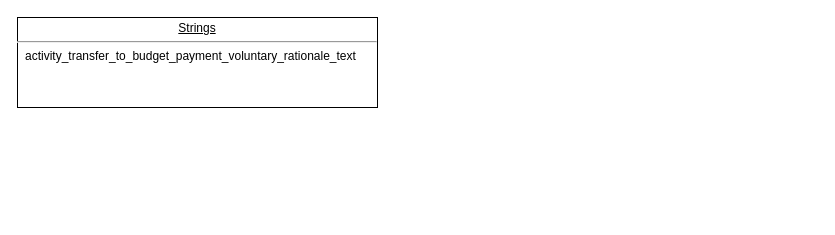
Above: UNI-14153.drawio in ShiryaevNikolay/diagrams (draw.io), before the change. Source tidied: cells renumbered, new cells numbered last; positions are measured from the earlier drawing's top-left corner, leaving out a move shared by most shapes. Both pictures are drawn from the tidied source at 100%, with x=0, y=0 at pixel (17, 17).
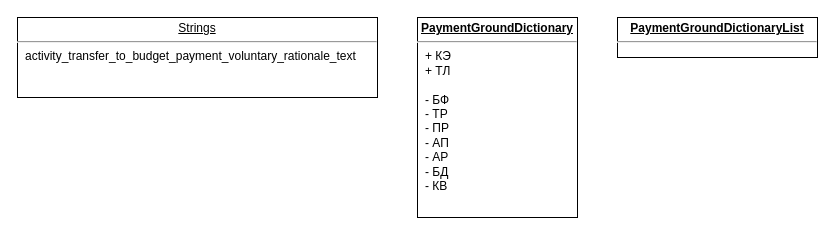
After the change.

Change to the diagram source:
```diff
@@
 <mxGraphModel>
   <root>
     <mxCell id="0" />
     <mxCell id="1" parent="0" />
     <mxCell id="2" value="&lt;p style=&quot;margin: 0px ; margin-top: 4px ; text-align: center ; text-decoration: underline&quot;&gt;Strings&lt;/p&gt;&lt;hr&gt;&lt;p style=&quot;margin: 0px ; margin-left: 8px&quot;&gt;activity_transfer_to_budget_payment_voluntary_rationale_text&lt;/p&gt;" style="verticalAlign=top;align=left;overflow=fill;fontSize=12;fontFamily=Helvetica;html=1;" parent="1" vertex="1">
-      <mxGeometry width="360" height="90" as="geometry" />
+      <mxGeometry width="360" height="80" as="geometry" />
     </mxCell>
+    <mxCell id="3" value="&lt;p style=&quot;margin: 0px ; margin-top: 4px ; text-align: center ; text-decoration: underline&quot;&gt;&lt;b&gt;PaymentGroundDictionary&lt;/b&gt;&lt;/p&gt;&lt;hr&gt;&lt;p style=&quot;margin: 0px ; margin-left: 8px&quot;&gt;+ КЭ&lt;/p&gt;&lt;p style=&quot;margin: 0px ; margin-left: 8px&quot;&gt;+ &lt;span id=&quot;57cd7ed9-ea10-4960-bb55-2dc279f42bae&quot;&gt;ТЛ&lt;/span&gt;&lt;/p&gt;&lt;p style=&quot;margin: 0px ; margin-left: 8px&quot;&gt;&lt;span id=&quot;57cd7ed9-ea10-4960-bb55-2dc279f42bae&quot;&gt;&lt;br&gt;&lt;/span&gt;&lt;/p&gt;&lt;p style=&quot;margin: 0px ; margin-left: 8px&quot;&gt;&lt;span id=&quot;57cd7ed9-ea10-4960-bb55-2dc279f42bae&quot;&gt;- &lt;/span&gt;БФ&lt;/p&gt;&lt;p style=&quot;margin: 0px ; margin-left: 8px&quot;&gt;- ТР&lt;/p&gt;&lt;p style=&quot;margin: 0px ; margin-left: 8px&quot;&gt;- ПР&lt;/p&gt;&lt;p style=&quot;margin: 0px ; margin-left: 8px&quot;&gt;- АП&lt;/p&gt;&lt;p style=&quot;margin: 0px ; margin-left: 8px&quot;&gt;- АР&lt;/p&gt;&lt;p style=&quot;margin: 0px ; margin-left: 8px&quot;&gt;- БД&lt;br&gt;- КВ&lt;span id=&quot;57cd7ed9-ea10-4960-bb55-2dc279f42bae&quot;&gt;&lt;/span&gt;&lt;/p&gt;" style="verticalAlign=top;align=left;overflow=fill;fontSize=12;fontFamily=Helvetica;html=1;" parent="1" vertex="1">
+      <mxGeometry x="400" width="160" height="200" as="geometry" />
+    </mxCell>
+    <mxCell id="4" value="&lt;p style=&quot;margin: 0px ; margin-top: 4px ; text-align: center ; text-decoration: underline&quot;&gt;&lt;b&gt;PaymentGroundDictionaryList&lt;/b&gt;&lt;/p&gt;&lt;hr&gt;&lt;p style=&quot;margin: 0px ; margin-left: 8px&quot;&gt;&lt;br&gt;&lt;/p&gt;" style="verticalAlign=top;align=left;overflow=fill;fontSize=12;fontFamily=Helvetica;html=1;" parent="1" vertex="1">
+      <mxGeometry x="600" width="200" height="40" as="geometry" />
+    </mxCell>
   </root>
 </mxGraphModel>
```
